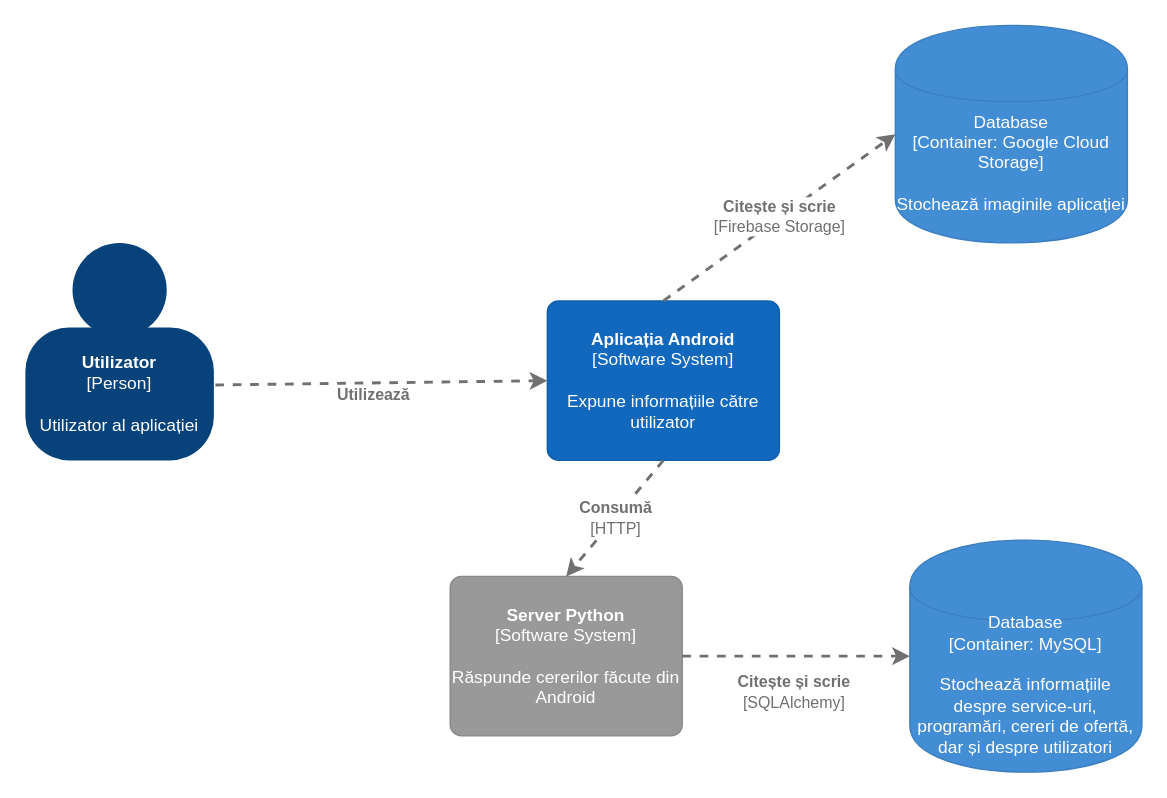
Iulian1298/Licenta keeps this draw.io diagram as diag app.drawio. Above is the earlier version. Source tidied: cells renumbered, new cells numbered last; positions are measured from the earlier drawing's top-left corner, leaving out a move shared by most shapes. Both pictures are drawn from the tidied source at 145%, with x=0, y=0 at pixel (25, 25).
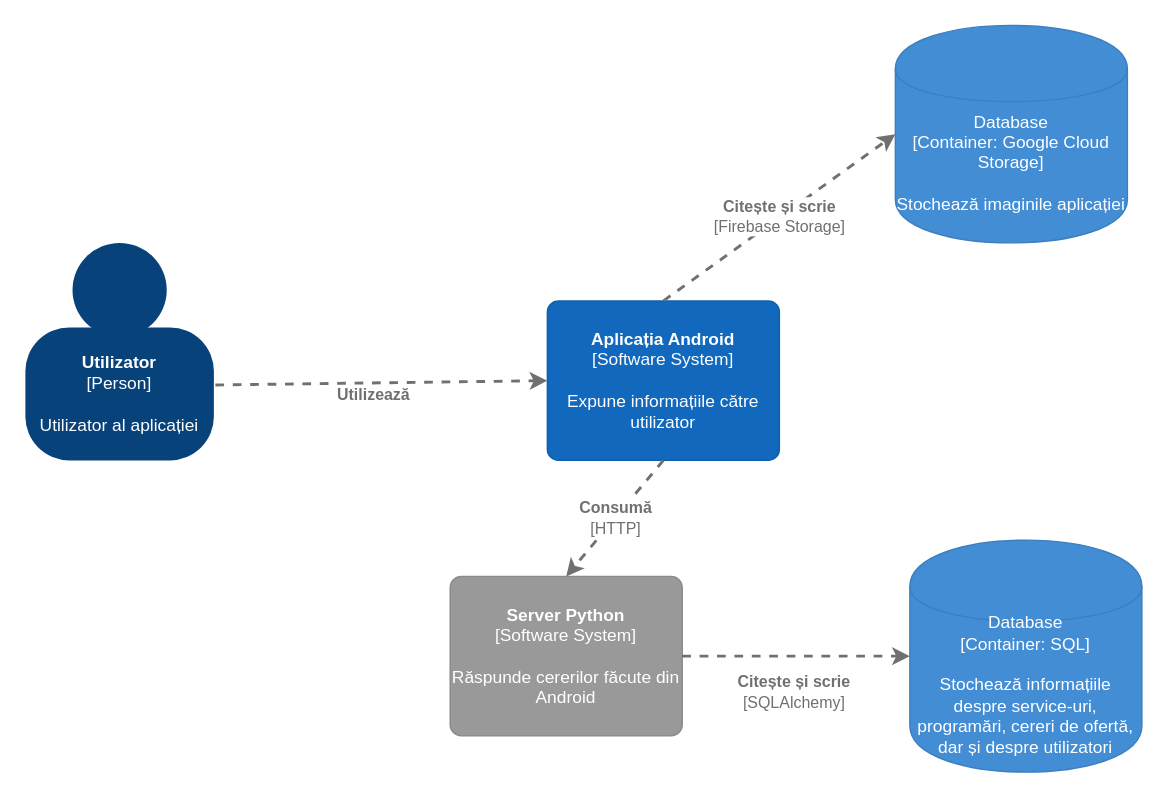
The same diagram, later.

Diff of the diagram source:
```diff
@@
 <mxGraphModel>
   <root>
     <mxCell id="0" />
     <mxCell id="1" parent="0" />
     <mxCell id="2" style="group;rounded=0;labelBackgroundColor=none;fillColor=none;fontColor=#ffffff;align=center;html=1;" parent="1" vertex="1">
       <mxGeometry y="150" width="130" height="150" as="geometry" />
     </mxCell>
     <mxCell id="3" value="&lt;b&gt;Utilizator&lt;/b&gt;&lt;br&gt;&lt;div&gt;[Person]&lt;/div&gt;&lt;div&gt;&lt;br&gt;&lt;/div&gt;&lt;div&gt;Utilizator al aplicației&lt;/div&gt;" style="rounded=1;whiteSpace=wrap;html=1;labelBackgroundColor=none;fillColor=#08427b;fontColor=#ffffff;align=center;arcSize=33;strokeColor=3c7fc0;" parent="2" vertex="1">
       <mxGeometry y="58.3" width="130" height="91.7" as="geometry" />
     </mxCell>
     <mxCell id="4" style="ellipse;whiteSpace=wrap;html=1;rounded=0;labelBackgroundColor=none;fillColor=#08427b;fontSize=12;fontColor=#ffffff;align=center;strokeColor=3c7fc0;" parent="2" vertex="1">
       <mxGeometry x="32.5" width="65" height="65" as="geometry" />
     </mxCell>
     <mxCell id="5" value="&lt;span&gt;Database&lt;/span&gt;&lt;div&gt;[Container:&amp;nbsp;Google Cloud Storage]&lt;/div&gt;&lt;div&gt;&lt;br&gt;&lt;/div&gt;&lt;div&gt;Stochează imaginile aplicației&lt;/div&gt;" style="shape=cylinder;whiteSpace=wrap;html=1;boundedLbl=1;rounded=0;labelBackgroundColor=none;fillColor=#438dd5;fontSize=12;fontColor=#ffffff;align=center;strokeColor=#3c7fc0;" parent="1" vertex="1">
       <mxGeometry x="600" width="160" height="150" as="geometry" />
     </mxCell>
     <mxCell id="6" value="&lt;b&gt;Aplicația Android&lt;/b&gt;&lt;br&gt;&lt;div&gt;[Software System]&lt;/div&gt;&lt;div&gt;&lt;br&gt;&lt;/div&gt;&lt;div&gt;Expune informațiile către utilizator&lt;/div&gt;" style="rounded=1;whiteSpace=wrap;html=1;labelBackgroundColor=none;fillColor=#1168bd;fontColor=#ffffff;align=center;arcSize=7;strokeColor=#0f5eaa;" parent="1" vertex="1">
       <mxGeometry x="360" y="190" width="160" height="110" as="geometry" />
     </mxCell>
     <mxCell id="7" value="&lt;b&gt;Server Python&lt;/b&gt;&lt;br&gt;&lt;div&gt;[Software System]&lt;/div&gt;&lt;div&gt;&lt;br&gt;&lt;/div&gt;&lt;div&gt;Răspunde cererilor făcute din Android&lt;/div&gt;" style="rounded=1;whiteSpace=wrap;html=1;labelBackgroundColor=none;fillColor=#999999;fontColor=#ffffff;align=center;arcSize=7;strokeColor=#8a8a8a;" parent="1" vertex="1">
       <mxGeometry x="293" y="380" width="160" height="110" as="geometry" />
     </mxCell>
-    <mxCell id="8" value="&lt;span&gt;Database&lt;/span&gt;&lt;div&gt;[Container:&amp;nbsp;MySQL]&lt;/div&gt;&lt;div&gt;&lt;br&gt;&lt;/div&gt;&lt;div&gt;Stochează informațiile despre service-uri, programări, cereri de ofertă, dar și despre utilizatori&lt;/div&gt;" style="shape=cylinder;whiteSpace=wrap;html=1;boundedLbl=1;rounded=0;labelBackgroundColor=none;fillColor=#438dd5;fontSize=12;fontColor=#ffffff;align=center;strokeColor=#3c7fc0;" parent="1" vertex="1">
+    <mxCell id="8" value="&lt;span&gt;Database&lt;/span&gt;&lt;div&gt;[Container: SQL]&lt;/div&gt;&lt;div&gt;&lt;br&gt;&lt;/div&gt;&lt;div&gt;Stochează informațiile despre service-uri, programări, cereri de ofertă, dar și despre utilizatori&lt;/div&gt;" style="shape=cylinder;whiteSpace=wrap;html=1;boundedLbl=1;rounded=0;labelBackgroundColor=none;fillColor=#438dd5;fontSize=12;fontColor=#ffffff;align=center;strokeColor=#3c7fc0;" parent="1" vertex="1">
       <mxGeometry x="610" y="355" width="160" height="160" as="geometry" />
     </mxCell>
     <mxCell id="9" value="&lt;div style=&quot;text-align: left&quot;&gt;&lt;div style=&quot;text-align: center&quot;&gt;&lt;b&gt;Utilizează&lt;/b&gt;&lt;/div&gt;&lt;/div&gt;" style="edgeStyle=none;rounded=0;html=1;entryX=0;entryY=0.5;jettySize=auto;strokeColor=#707070;strokeWidth=2;fontColor=#707070;jumpStyle=none;dashed=1;entryDx=0;entryDy=0;exitX=1.008;exitY=0.433;exitDx=0;exitDy=0;exitPerimeter=0;" parent="1" edge="1" source="3" target="6">
       <mxGeometry x="-0.05" y="-8" relative="1" as="geometry" />
     </mxCell>
     <mxCell id="10" value="&lt;div style=&quot;text-align: left&quot;&gt;&lt;div style=&quot;text-align: center&quot;&gt;&lt;b&gt;Consumă&lt;/b&gt;&lt;/div&gt;&lt;div style=&quot;text-align: center&quot;&gt;[HTTP]&lt;/div&gt;&lt;/div&gt;" style="edgeStyle=none;rounded=0;html=1;entryX=0.5;entryY=0;jettySize=auto;strokeColor=#707070;strokeWidth=2;fontColor=#707070;jumpStyle=none;dashed=1;entryDx=0;entryDy=0;exitX=0.5;exitY=1;exitDx=0;exitDy=0;" parent="1" edge="1" source="6" target="7">
       <mxGeometry relative="1" as="geometry" />
     </mxCell>
     <mxCell id="11" value="&lt;div style=&quot;text-align: left&quot;&gt;&lt;div style=&quot;text-align: center&quot;&gt;&lt;b&gt;Citește și scrie&lt;/b&gt;&lt;/div&gt;&lt;div style=&quot;text-align: center&quot;&gt;[SQLAlchemy]&lt;/div&gt;&lt;/div&gt;" style="edgeStyle=none;rounded=0;html=1;entryX=0;entryY=0.5;jettySize=auto;strokeColor=#707070;strokeWidth=2;fontColor=#707070;jumpStyle=none;dashed=1;entryDx=0;entryDy=0;" parent="1" edge="1" source="7" target="8">
       <mxGeometry x="-0.02" y="-25" relative="1" as="geometry" />
     </mxCell>
     <mxCell id="12" value="&lt;div style=&quot;text-align: left&quot;&gt;&lt;div style=&quot;text-align: center&quot;&gt;&lt;b&gt;Citește și scrie&lt;/b&gt;&lt;/div&gt;&lt;div style=&quot;text-align: center&quot;&gt;[Firebase Storage]&lt;/div&gt;&lt;/div&gt;" style="edgeStyle=none;rounded=0;html=1;entryX=0;entryY=0.5;jettySize=auto;strokeColor=#707070;strokeWidth=2;fontColor=#707070;jumpStyle=none;dashed=1;entryDx=0;entryDy=0;exitX=0.5;exitY=0;exitDx=0;exitDy=0;" parent="1" edge="1" source="6" target="5">
       <mxGeometry relative="1" as="geometry" />
     </mxCell>
   </root>
 </mxGraphModel>
```
